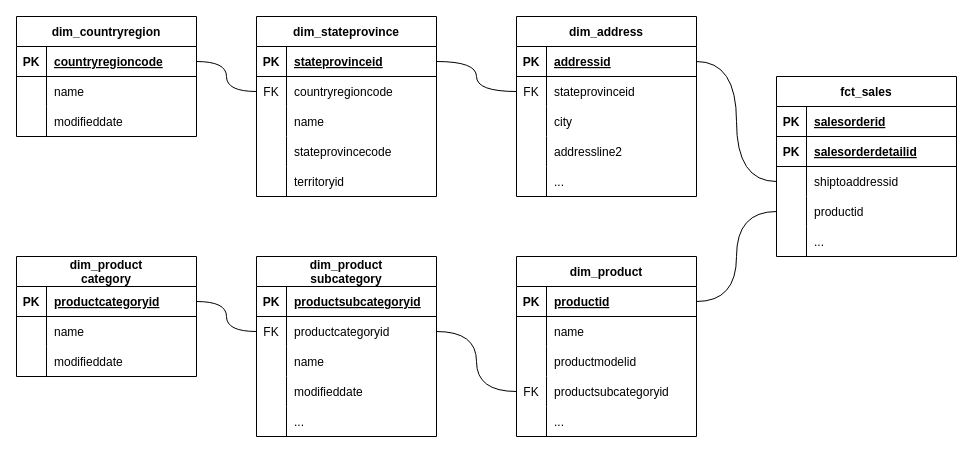
The draw.io diagram page "snowflake-schema" (4 of 6) of docs/dbt-dimensional-modelling.drawio in Data-Engineer-Camp/dbt-dimensional-modelling, before the edit. Source tidied: cells renumbered, new cells numbered last; positions are measured from the earlier drawing's top-left corner, leaving out a move shared by most shapes. Both pictures are drawn from the tidied source at 100%, with x=0, y=0 at pixel (16, 16).
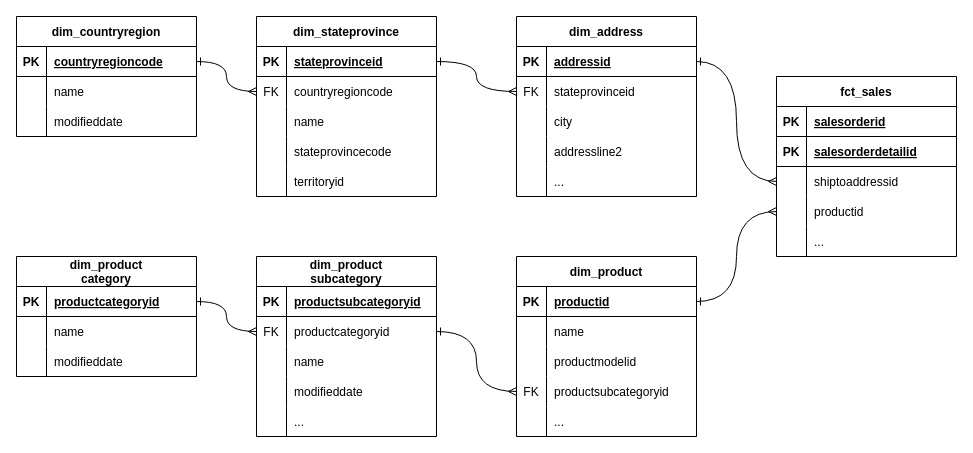
The same page after the edit.

The change refers to these unchanged cells:
```xml
<mxCell id="3" style="shape=tableRow;horizontal=0;startSize=0;swimlaneHead=0;swimlaneBody=0;fillColor=none;points=[[0,0.5],[1,0.5]];portConstraint=eastwest;top=0;left=0;right=0;bottom=1;" parent="2" vertex="1">
  <mxGeometry y="30" width="180" height="30" as="geometry" />
</mxCell>
<mxCell id="6" style="shape=tableRow;horizontal=0;startSize=0;swimlaneHead=0;swimlaneBody=0;fillColor=none;points=[[0,0.5],[1,0.5]];portConstraint=eastwest;top=0;left=0;right=0;bottom=0;" parent="2" vertex="1">
  <mxGeometry y="60" width="180" height="30" as="geometry" />
</mxCell>
<mxCell id="19" style="shape=tableRow;horizontal=0;startSize=0;swimlaneHead=0;swimlaneBody=0;fillColor=none;points=[[0,0.5],[1,0.5]];portConstraint=eastwest;top=0;left=0;right=0;bottom=1;" parent="18" vertex="1">
  <mxGeometry y="30" width="180" height="30" as="geometry" />
</mxCell>
<mxCell id="29" style="shape=tableRow;horizontal=0;startSize=0;swimlaneHead=0;swimlaneBody=0;fillColor=none;points=[[0,0.5],[1,0.5]];portConstraint=eastwest;top=0;left=0;right=0;bottom=1;" parent="28" vertex="1">
  <mxGeometry y="30" width="180" height="30" as="geometry" />
</mxCell>
<mxCell id="32" style="shape=tableRow;horizontal=0;startSize=0;swimlaneHead=0;swimlaneBody=0;fillColor=none;points=[[0,0.5],[1,0.5]];portConstraint=eastwest;top=0;left=0;right=0;bottom=0;" parent="28" vertex="1">
  <mxGeometry y="60" width="180" height="30" as="geometry" />
</mxCell>
<mxCell id="47" style="shape=tableRow;horizontal=0;startSize=0;swimlaneHead=0;swimlaneBody=0;fillColor=none;points=[[0,0.5],[1,0.5]];portConstraint=eastwest;top=0;left=0;right=0;bottom=1;" parent="46" vertex="1">
  <mxGeometry y="30" width="180" height="30" as="geometry" />
</mxCell>
<mxCell id="56" style="shape=tableRow;horizontal=0;startSize=0;swimlaneHead=0;swimlaneBody=0;fillColor=none;points=[[0,0.5],[1,0.5]];portConstraint=eastwest;top=0;left=0;right=0;bottom=0;" parent="46" vertex="1">
  <mxGeometry y="120" width="180" height="30" as="geometry" />
</mxCell>
<mxCell id="66" style="shape=tableRow;horizontal=0;startSize=0;swimlaneHead=0;swimlaneBody=0;fillColor=none;points=[[0,0.5],[1,0.5]];portConstraint=eastwest;top=0;left=0;right=0;bottom=0;" parent="62" vertex="1">
  <mxGeometry y="60" width="180" height="30" as="geometry" />
</mxCell>
<mxCell id="79" style="shape=tableRow;horizontal=0;startSize=0;swimlaneHead=0;swimlaneBody=0;fillColor=none;points=[[0,0.5],[1,0.5]];portConstraint=eastwest;top=0;left=0;right=0;bottom=1;" parent="78" vertex="1">
  <mxGeometry y="30" width="180" height="30" as="geometry" />
</mxCell>
<mxCell id="96" style="shape=tableRow;horizontal=0;startSize=0;swimlaneHead=0;swimlaneBody=0;fillColor=none;points=[[0,0.5],[1,0.5]];portConstraint=eastwest;top=0;left=0;right=0;bottom=0;" parent="89" vertex="1">
  <mxGeometry y="90" width="180" height="30" as="geometry" />
</mxCell>
<mxCell id="99" style="shape=tableRow;horizontal=0;startSize=0;swimlaneHead=0;swimlaneBody=0;fillColor=none;points=[[0,0.5],[1,0.5]];portConstraint=eastwest;top=0;left=0;right=0;bottom=0;" parent="89" vertex="1">
  <mxGeometry y="120" width="180" height="30" as="geometry" />
</mxCell>
```

Diff of the diagram source:
```diff
@@
-    <mxCell id="44" style="edgeStyle=orthogonalEdgeStyle;rounded=0;jettySize=auto;html=1;exitX=0;exitY=0.5;exitDx=0;exitDy=0;entryX=1;entryY=0.5;entryDx=0;entryDy=0;curved=1;endArrow=none;endFill=0;" parent="1" edge="1" source="6" target="29">
+    <mxCell id="44" style="edgeStyle=orthogonalEdgeStyle;rounded=0;jettySize=auto;html=1;exitX=0;exitY=0.5;exitDx=0;exitDy=0;entryX=1;entryY=0.5;entryDx=0;entryDy=0;curved=1;endArrow=ERone;endFill=0;startArrow=ERmany;startFill=0;" parent="1" edge="1" source="6" target="29">
       <mxGeometry relative="1" as="geometry" />
     </mxCell>
-    <mxCell id="45" style="edgeStyle=orthogonalEdgeStyle;rounded=0;jettySize=auto;html=1;exitX=0;exitY=0.5;exitDx=0;exitDy=0;entryX=1;entryY=0.5;entryDx=0;entryDy=0;curved=1;endArrow=none;endFill=0;" parent="1" edge="1" source="32" target="19">
+    <mxCell id="45" style="edgeStyle=orthogonalEdgeStyle;rounded=0;jettySize=auto;html=1;exitX=0;exitY=0.5;exitDx=0;exitDy=0;entryX=1;entryY=0.5;entryDx=0;entryDy=0;curved=1;endArrow=ERone;endFill=0;startArrow=ERmany;startFill=0;" parent="1" edge="1" source="32" target="19">
       <mxGeometry relative="1" as="geometry" />
     </mxCell>
@@
-    <mxCell id="88" style="edgeStyle=orthogonalEdgeStyle;curved=1;rounded=0;jettySize=auto;html=1;exitX=0;exitY=0.5;exitDx=0;exitDy=0;entryX=1;entryY=0.5;entryDx=0;entryDy=0;endArrow=none;endFill=0;" parent="1" edge="1" source="56" target="66">
+    <mxCell id="88" style="edgeStyle=orthogonalEdgeStyle;curved=1;rounded=0;jettySize=auto;html=1;exitX=0;exitY=0.5;exitDx=0;exitDy=0;entryX=1;entryY=0.5;entryDx=0;entryDy=0;endArrow=ERone;endFill=0;startArrow=ERmany;startFill=0;" parent="1" edge="1" source="56" target="66">
       <mxGeometry relative="1" as="geometry" />
     </mxCell>
@@
-    <mxCell id="105" style="edgeStyle=orthogonalEdgeStyle;curved=1;rounded=0;jettySize=auto;html=1;exitX=0;exitY=0.5;exitDx=0;exitDy=0;entryX=1;entryY=0.5;entryDx=0;entryDy=0;endArrow=none;endFill=0;" parent="1" edge="1" source="96" target="3">
+    <mxCell id="105" style="edgeStyle=orthogonalEdgeStyle;curved=1;rounded=0;jettySize=auto;html=1;exitX=0;exitY=0.5;exitDx=0;exitDy=0;entryX=1;entryY=0.5;entryDx=0;entryDy=0;endArrow=ERone;endFill=0;startArrow=ERmany;startFill=0;" parent="1" edge="1" source="96" target="3">
       <mxGeometry relative="1" as="geometry" />
     </mxCell>
-    <mxCell id="106" style="edgeStyle=orthogonalEdgeStyle;curved=1;rounded=0;jettySize=auto;html=1;exitX=0;exitY=0.5;exitDx=0;exitDy=0;entryX=1;entryY=0.5;entryDx=0;entryDy=0;endArrow=none;endFill=0;" parent="1" edge="1" source="66" target="79">
+    <mxCell id="106" style="edgeStyle=orthogonalEdgeStyle;curved=1;rounded=0;jettySize=auto;html=1;exitX=0;exitY=0.5;exitDx=0;exitDy=0;entryX=1;entryY=0.5;entryDx=0;entryDy=0;endArrow=ERone;endFill=0;startArrow=ERmany;startFill=0;" parent="1" edge="1" source="66" target="79">
       <mxGeometry relative="1" as="geometry" />
     </mxCell>
-    <mxCell id="107" style="edgeStyle=orthogonalEdgeStyle;curved=1;rounded=0;jettySize=auto;html=1;exitX=0;exitY=0.5;exitDx=0;exitDy=0;entryX=1;entryY=0.5;entryDx=0;entryDy=0;endArrow=none;endFill=0;" parent="1" edge="1" source="99" target="47">
+    <mxCell id="107" style="edgeStyle=orthogonalEdgeStyle;curved=1;rounded=0;jettySize=auto;html=1;exitX=0;exitY=0.5;exitDx=0;exitDy=0;entryX=1;entryY=0.5;entryDx=0;entryDy=0;endArrow=ERone;endFill=0;startArrow=ERmany;startFill=0;" parent="1" edge="1" source="99" target="47">
       <mxGeometry relative="1" as="geometry" />
     </mxCell>
```
